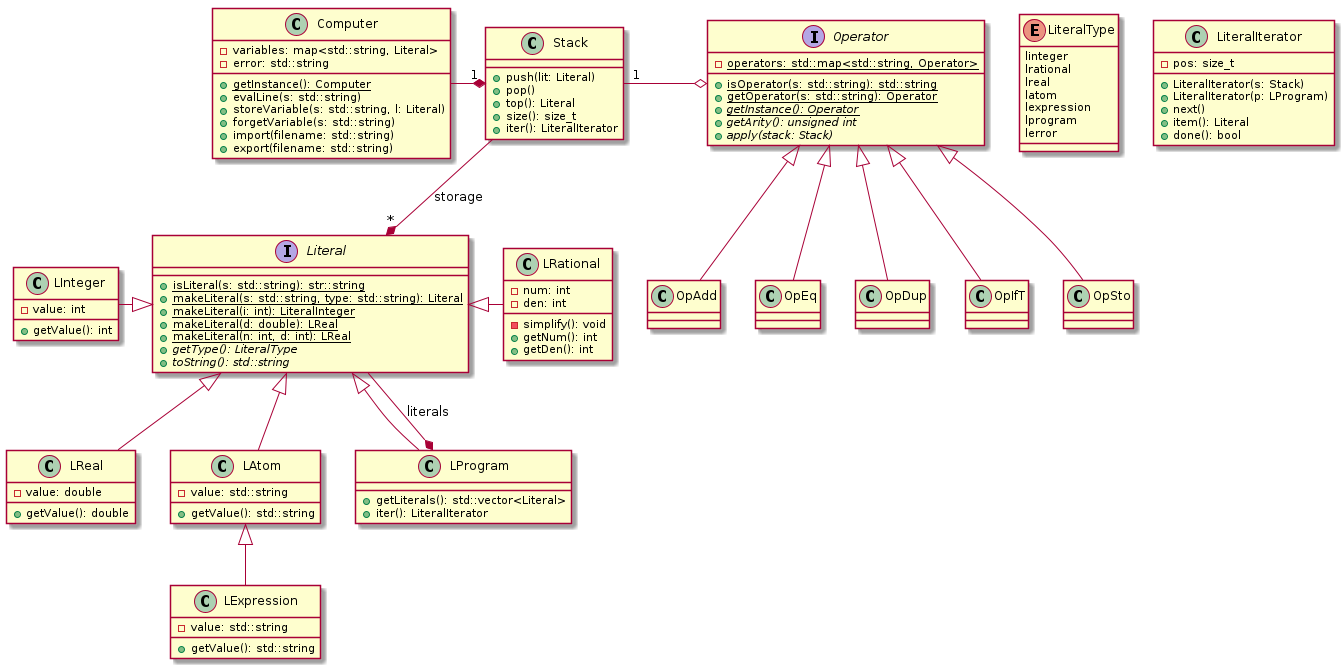
This is UML/comput.png from pltheoclement/LO21, a PlantUML export, as it was before one commit.
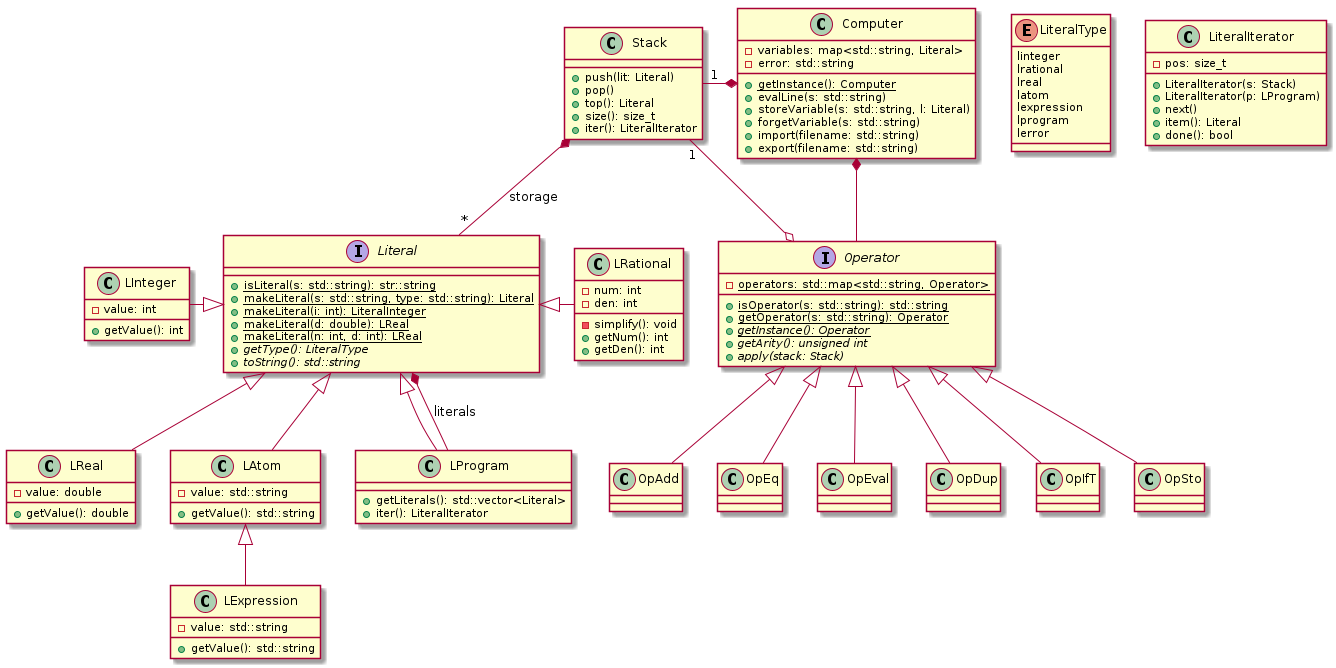
After the commit.

Commit message:
correstion du diagramme de classe

Diff of the diagram source:
```diff
@@ -10,7 +10,7 @@
     +import(filename: std::string)
     +export(filename: std::string)
 }
-Stack "1" *-left- Computer
+Stack "1" -left-* Computer
 
 enum LiteralType{
     linteger
@@ -69,7 +69,7 @@
     +getLiterals(): std::vector<Literal>
     +iter(): LiteralIterator
 }
-LProgram *-- Literal: literals
+LProgram --* Literal: literals
 Literal <|-- LProgram
 
 class Stack{
@@ -79,7 +79,7 @@
     +size(): size_t
     +iter(): LiteralIterator
 }
-Stack --* "*" Literal: storage
+Stack *-- "*" Literal: storage
 
 class LiteralIterator{
     -pos: size_t
@@ -100,9 +100,11 @@
 }
 
 Operator o-left- "1" Stack
+Computer *-- Operator
 
 Operator <|-- OpAdd
 Operator <|-- OpEq
+Operator <|-- OpEval
 Operator <|-- OpDup
 Operator <|-- OpIfT
 Operator <|-- OpSto
```
